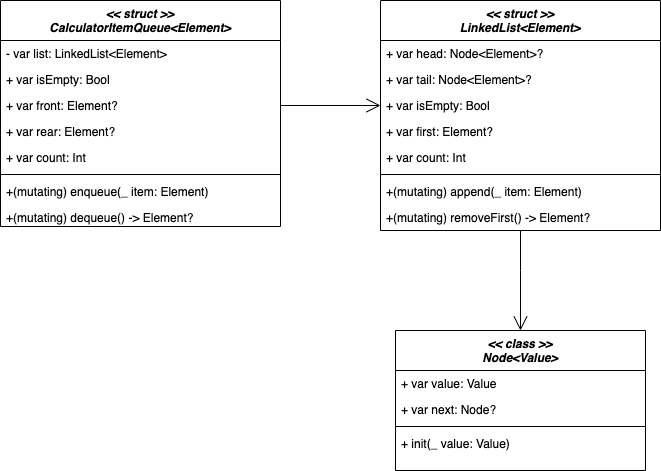
Above: image/LinkedListQueueUML.png in yagom-academy/ios-calculator-app (draw.io), before the change. Source tidied: cells renumbered, new cells last; positions are measured from the earlier drawing's top-left corner, leaving out a move shared by most shapes.
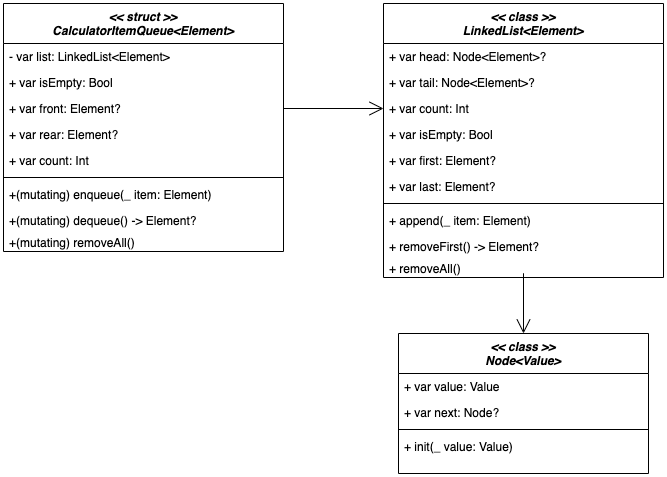
The same diagram one commit later.

Commit message:
docs: UML 이미지파일 교체

What changed in the source:
```diff
@@ -3,7 +3,7 @@
     <mxCell id="0" />
     <mxCell id="1" parent="0" />
     <mxCell id="2" value="&lt;&lt; struct &gt;&gt;&#10;CalculatorItemQueue&lt;Element&gt;" style="swimlane;fontStyle=3;align=center;verticalAlign=top;horizontal=1;startSize=40;rounded=0;shadow=0;strokeWidth=1;" parent="1" vertex="1">
-      <mxGeometry width="280" height="226" as="geometry" />
+      <mxGeometry width="280" height="248" as="geometry" />
     </mxCell>
     <mxCell id="3" value="- var list: LinkedList&lt;Element&gt;" style="text;align=left;verticalAlign=top;spacingLeft=4;spacingRight=4;overflow=hidden;" parent="2" vertex="1">
       <mxGeometry y="40" width="280" height="26" as="geometry" />
@@ -29,57 +29,66 @@
     <mxCell id="10" value="+(mutating) dequeue() -&gt; Element?  " style="text;align=left;verticalAlign=top;spacingLeft=4;spacingRight=4;overflow=hidden;rounded=0;shadow=0;html=0;" parent="2" vertex="1">
       <mxGeometry y="204" width="280" height="22" as="geometry" />
     </mxCell>
-    <mxCell id="11" value="&lt;&lt; struct &gt;&gt;&#10;LinkedList&lt;Element&gt;" style="swimlane;fontStyle=3;align=center;verticalAlign=top;horizontal=1;startSize=40;rounded=0;shadow=0;strokeWidth=1;" parent="1" vertex="1">
-      <mxGeometry x="380" width="280" height="230" as="geometry" />
+    <mxCell id="11" value="+(mutating) removeAll()  " style="text;align=left;verticalAlign=top;spacingLeft=4;spacingRight=4;overflow=hidden;points=[[0,0.5],[1,0.5]];portConstraint=eastwest;rounded=0;shadow=0;html=0;" parent="2" vertex="1">
+      <mxGeometry y="226" width="280" height="22" as="geometry" />
     </mxCell>
-    <mxCell id="12" value="+ var head: Node&lt;Element&gt;?" style="text;align=left;verticalAlign=top;spacingLeft=4;spacingRight=4;overflow=hidden;points=[[0,0.5],[1,0.5]];portConstraint=eastwest;" parent="11" vertex="1">
-      <mxGeometry y="40" width="280" height="26" as="geometry" />
+    <mxCell id="12" value="&lt;&lt; class &gt;&gt;&#10;LinkedList&lt;Element&gt;" style="swimlane;fontStyle=3;align=center;verticalAlign=top;horizontal=1;startSize=40;rounded=0;shadow=0;strokeWidth=1;" parent="1" vertex="1">
+      <mxGeometry x="380" width="280" height="274" as="geometry" />
     </mxCell>
-    <mxCell id="13" value="+ var tail: Node&lt;Element&gt;?" style="text;align=left;verticalAlign=top;spacingLeft=4;spacingRight=4;overflow=hidden;" parent="11" vertex="1">
-      <mxGeometry y="66" width="280" height="26" as="geometry" />
+    <mxCell id="13" value="+ var head: Node&lt;Element&gt;?" style="text;align=left;verticalAlign=top;spacingLeft=4;spacingRight=4;overflow=hidden;" parent="12" vertex="1">
+      <mxGeometry y="40" width="280" height="26" as="geometry" />
     </mxCell>
-    <mxCell id="14" value="+ var isEmpty: Bool" style="text;align=left;verticalAlign=top;spacingLeft=4;spacingRight=4;overflow=hidden;points=[[0,0.5],[1,0.5]];portConstraint=eastwest;" parent="11" vertex="1">
-      <mxGeometry y="92" width="280" height="26" as="geometry" />
+    <mxCell id="14" value="+ var tail: Node&lt;Element&gt;?" style="text;align=left;verticalAlign=top;spacingLeft=4;spacingRight=4;overflow=hidden;points=[[0,0.5],[1,0.5]];portConstraint=eastwest;" parent="12" vertex="1">
+      <mxGeometry y="66" width="280" height="26" as="geometry" />
     </mxCell>
-    <mxCell id="15" value="+ var first: Element?" style="text;align=left;verticalAlign=top;spacingLeft=4;spacingRight=4;overflow=hidden;points=[[0,0.5],[1,0.5]];portConstraint=eastwest;" parent="11" vertex="1">
-      <mxGeometry y="118" width="280" height="26" as="geometry" />
+    <mxCell id="15" value="+ var count: Int" style="text;align=left;verticalAlign=top;spacingLeft=4;spacingRight=4;overflow=hidden;points=[[0,0.5],[1,0.5]];portConstraint=eastwest;" parent="12" vertex="1">
+      <mxGeometry y="92" width="280" height="26" as="geometry" />
     </mxCell>
-    <mxCell id="16" value="+ var count: Int" style="text;align=left;verticalAlign=top;spacingLeft=4;spacingRight=4;overflow=hidden;" parent="11" vertex="1">
-      <mxGeometry y="144" width="280" height="26" as="geometry" />
+    <mxCell id="16" value="+ var isEmpty: Bool" style="text;align=left;verticalAlign=top;spacingLeft=4;spacingRight=4;overflow=hidden;" parent="12" vertex="1">
+      <mxGeometry y="118" width="280" height="26" as="geometry" />
     </mxCell>
-    <mxCell id="17" style="line;html=1;strokeWidth=1;align=left;verticalAlign=middle;spacingTop=-1;spacingLeft=3;spacingRight=3;labelPosition=right;" parent="11" vertex="1">
-      <mxGeometry y="170" width="280" height="8" as="geometry" />
+    <mxCell id="17" value="+ var first: Element?" style="text;align=left;verticalAlign=top;spacingLeft=4;spacingRight=4;overflow=hidden;" parent="12" vertex="1">
+      <mxGeometry y="144" width="280" height="26" as="geometry" />
     </mxCell>
-    <mxCell id="18" value="+(mutating) append(_ item: Element)  " style="text;align=left;verticalAlign=top;spacingLeft=4;spacingRight=4;overflow=hidden;rounded=0;shadow=0;html=0;" parent="11" vertex="1">
-      <mxGeometry y="178" width="280" height="26" as="geometry" />
+    <mxCell id="18" value="+ var last: Element?" style="text;align=left;verticalAlign=top;spacingLeft=4;spacingRight=4;overflow=hidden;" parent="12" vertex="1">
+      <mxGeometry y="170" width="280" height="26" as="geometry" />
     </mxCell>
-    <mxCell id="19" value="+(mutating) removeFirst() -&gt; Element?  " style="text;align=left;verticalAlign=top;spacingLeft=4;spacingRight=4;overflow=hidden;rounded=0;shadow=0;html=0;" parent="11" vertex="1">
-      <mxGeometry y="204" width="280" height="22" as="geometry" />
+    <mxCell id="19" style="line;html=1;strokeWidth=1;align=left;verticalAlign=middle;spacingTop=-1;spacingLeft=3;spacingRight=3;labelPosition=right;" parent="12" vertex="1">
+      <mxGeometry y="196" width="280" height="8" as="geometry" />
     </mxCell>
-    <mxCell id="20" value="&lt;&lt; class &gt;&gt;&#10;Node&lt;Value&gt;" style="swimlane;fontStyle=3;align=center;verticalAlign=top;horizontal=1;startSize=40;rounded=0;shadow=0;strokeWidth=1;" parent="1" vertex="1">
-      <mxGeometry x="395" y="330" width="250" height="140" as="geometry" />
+    <mxCell id="20" value="+ append(_ item: Element)  " style="text;align=left;verticalAlign=top;spacingLeft=4;spacingRight=4;overflow=hidden;points=[[0,0.5],[1,0.5]];portConstraint=eastwest;rounded=0;shadow=0;html=0;" parent="12" vertex="1">
+      <mxGeometry y="204" width="280" height="26" as="geometry" />
     </mxCell>
-    <mxCell id="21" value="+ var value: Value" style="text;align=left;verticalAlign=top;spacingLeft=4;spacingRight=4;overflow=hidden;fontStyle=0;" parent="20" vertex="1">
-      <mxGeometry y="40" width="250" height="26" as="geometry" />
+    <mxCell id="21" value="+ removeFirst() -&gt; Element?  " style="text;align=left;verticalAlign=top;spacingLeft=4;spacingRight=4;overflow=hidden;rounded=0;shadow=0;html=0;" parent="12" vertex="1">
+      <mxGeometry y="230" width="280" height="22" as="geometry" />
     </mxCell>
-    <mxCell id="22" value="+ var next: Node?" style="text;align=left;verticalAlign=top;spacingLeft=4;spacingRight=4;overflow=hidden;" parent="20" vertex="1">
-      <mxGeometry y="66" width="250" height="26" as="geometry" />
+    <mxCell id="22" value="+ removeAll()  " style="text;align=left;verticalAlign=top;spacingLeft=4;spacingRight=4;overflow=hidden;rounded=0;shadow=0;html=0;" parent="12" vertex="1">
+      <mxGeometry y="252" width="280" height="22" as="geometry" />
     </mxCell>
-    <mxCell id="23" style="line;html=1;strokeWidth=1;align=left;verticalAlign=middle;spacingTop=-1;spacingLeft=3;spacingRight=3;labelPosition=right;points=[];portConstraint=eastwest;" parent="20" vertex="1">
-      <mxGeometry y="92" width="250" height="8" as="geometry" />
+    <mxCell id="23" value="&lt;&lt; class &gt;&gt;&#10;Node&lt;Value&gt;" style="swimlane;fontStyle=3;align=center;verticalAlign=top;horizontal=1;startSize=40;rounded=0;shadow=0;strokeWidth=1;" parent="1" vertex="1">
+      <mxGeometry x="395" y="330" width="250" height="140" as="geometry" />
     </mxCell>
-    <mxCell id="24" value="+ init(_ value: Value)  " style="text;align=left;verticalAlign=top;spacingLeft=4;spacingRight=4;overflow=hidden;rounded=0;shadow=0;html=0;" parent="20" vertex="1">
-      <mxGeometry y="100" width="250" height="26" as="geometry" />
+    <mxCell id="24" value="+ var value: Value" style="text;align=left;verticalAlign=top;spacingLeft=4;spacingRight=4;overflow=hidden;fontStyle=0;" parent="23" vertex="1">
+      <mxGeometry y="40" width="250" height="26" as="geometry" />
     </mxCell>
-    <mxCell id="25" style="endArrow=open;endFill=1;endSize=12;html=1;rounded=0;entryX=0.5;entryY=0;entryDx=0;entryDy=0;exitX=0.5;exitY=1;exitDx=0;exitDy=0;" parent="1" edge="1" source="11" target="20">
-      <mxGeometry relative="1" as="geometry">
-        <Array as="points">
-          <mxPoint x="520" y="270" />
-        </Array>
-      </mxGeometry>
+    <mxCell id="25" value="+ var next: Node?" style="text;align=left;verticalAlign=top;spacingLeft=4;spacingRight=4;overflow=hidden;" parent="23" vertex="1">
+      <mxGeometry y="66" width="250" height="26" as="geometry" />
     </mxCell>
-    <mxCell id="26" style="endArrow=open;endFill=1;endSize=12;html=1;rounded=0;exitX=1;exitY=0.5;exitDx=0;exitDy=0;entryX=0;entryY=0.5;entryDx=0;entryDy=0;" parent="1" edge="1" source="5" target="14">
-      <mxGeometry relative="1" as="geometry" />
+    <mxCell id="26" style="line;html=1;strokeWidth=1;align=left;verticalAlign=middle;spacingTop=-1;spacingLeft=3;spacingRight=3;labelPosition=right;" parent="23" vertex="1">
+      <mxGeometry y="92" width="250" height="8" as="geometry" />
     </mxCell>
+    <mxCell id="27" value="+ init(_ value: Value)  " style="text;align=left;verticalAlign=top;spacingLeft=4;spacingRight=4;overflow=hidden;rounded=0;shadow=0;html=0;" parent="23" vertex="1">
+      <mxGeometry y="100" width="250" height="26" as="geometry" />
+    </mxCell>
+    <mxCell id="28" style="endArrow=open;endFill=1;endSize=12;html=1;rounded=0;entryX=0.5;entryY=0;entryDx=0;entryDy=0;exitX=0.5;exitY=1;exitDx=0;exitDy=0;" parent="1" edge="1" source="12" target="23">
+      <mxGeometry relative="1" as="geometry">
+        <Array as="points">
+          <mxPoint x="520" y="270" />
+        </Array>
+      </mxGeometry>
+    </mxCell>
+    <mxCell id="29" style="endArrow=open;endFill=1;endSize=12;html=1;rounded=0;exitX=1;exitY=0.5;exitDx=0;exitDy=0;entryX=0;entryY=0.5;entryDx=0;entryDy=0;" parent="1" edge="1" source="5" target="15">
+      <mxGeometry relative="1" as="geometry" />
+    </mxCell>
   </root>
 </mxGraphModel>
```
